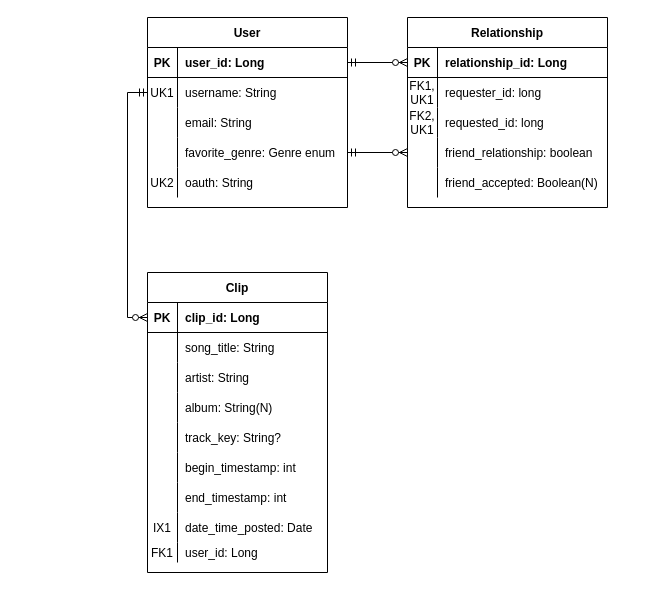
The draw.io diagram docs/work/erd.drawio in tunefull/tunefull.github.io, before the edit. Source tidied: cells renumbered, new cells numbered last; positions are measured from the earlier drawing's top-left corner, leaving out a move shared by most shapes. Both pictures are drawn from the tidied source at 100%, with x=0, y=0 at pixel (147, 17).
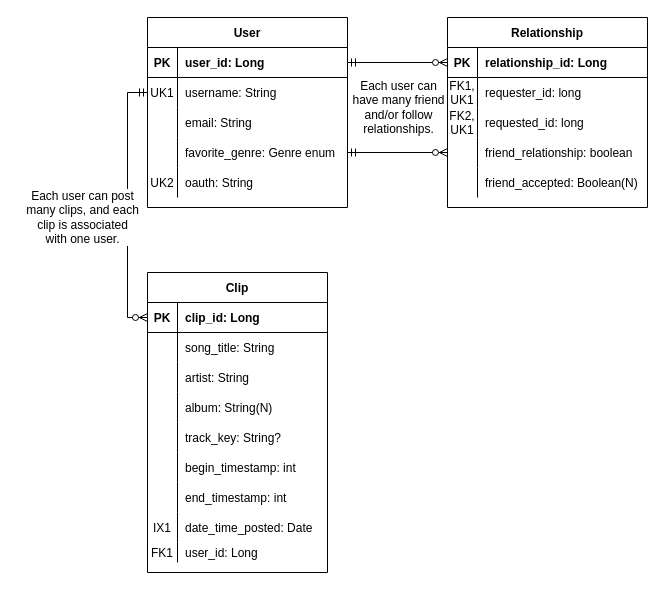
After the change.

What changed in the source:
```diff
@@
     <mxCell id="21" value="Relationship" style="shape=table;startSize=30;childLayout=tableLayout;rowLines=0;fontStyle=1;align=center;" parent="1" vertex="1">
-      <mxGeometry x="260" width="200" height="190" as="geometry" />
+      <mxGeometry x="300" width="200" height="190" as="geometry" />
     </mxCell>
@@
+    <mxCell id="65" value="Each user can post&lt;br&gt;many clips, and each &lt;br&gt;clip is associated&lt;br&gt;with one user." style="text;html=1;align=center;verticalAlign=middle;labelBackgroundColor=#FFFFFF;" parent="1" vertex="1">
+      <mxGeometry x="-130" y="170" width="130" height="60" as="geometry" />
+    </mxCell>
+    <mxCell id="66" value="Each user can&lt;br&gt;have many friend &lt;br&gt;and/or follow &lt;br&gt;relationships." style="text;html=1;align=center;verticalAlign=middle;" parent="1" vertex="1">
+      <mxGeometry x="196" y="60" width="110" height="60" as="geometry" />
+    </mxCell>
```
